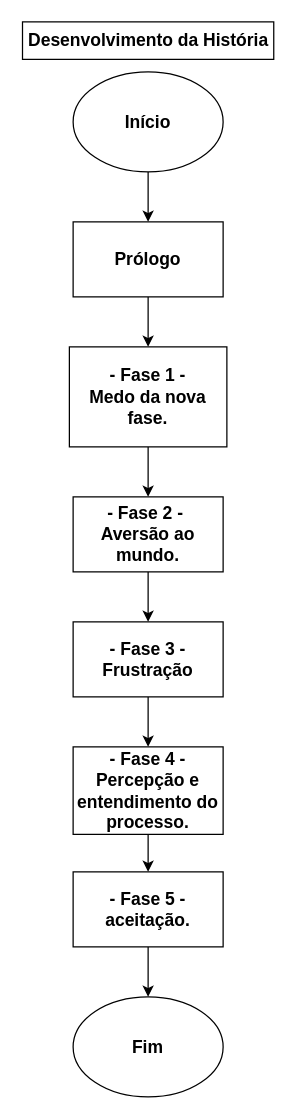
Earlier version of the draw.io diagram jogo_fases.drawio (as1lo/diagramas). Source tidied: cells renumbered, new cells numbered last; positions are measured from the earlier drawing's top-left corner, leaving out a move shared by most shapes. Both pictures are drawn from the tidied source at 125%, with x=0, y=0 at pixel (22, 21).
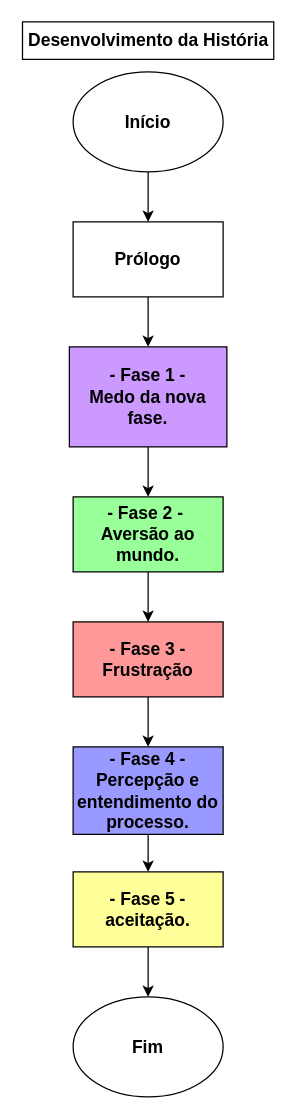
The same page after the edit.

Change to the diagram source:
```diff
@@
 <mxGraphModel>
   <root>
     <mxCell id="0" />
     <mxCell id="1" parent="0" />
     <mxCell id="2" style="edgeStyle=orthogonalEdgeStyle;rounded=0;jettySize=auto;html=1;entryX=0.5;entryY=0;entryDx=0;entryDy=0;" parent="1" edge="1" source="3" target="5">
       <mxGeometry relative="1" as="geometry" />
     </mxCell>
     <mxCell id="3" value="&lt;font style=&quot;font-size: 14px;&quot;&gt;&lt;b&gt;Início&lt;/b&gt;&lt;/font&gt;" style="ellipse;whiteSpace=wrap;html=1;" parent="1" vertex="1">
       <mxGeometry x="40" y="40" width="120" height="80" as="geometry" />
     </mxCell>
     <mxCell id="4" style="edgeStyle=orthogonalEdgeStyle;rounded=0;jettySize=auto;html=1;entryX=0.5;entryY=0;entryDx=0;entryDy=0;" parent="1" edge="1" source="5" target="7">
       <mxGeometry relative="1" as="geometry" />
     </mxCell>
     <mxCell id="5" value="&lt;b&gt;&lt;font style=&quot;font-size: 14px;&quot;&gt;Prólogo&lt;/font&gt;&lt;/b&gt;" style="rounded=0;whiteSpace=wrap;html=1;" parent="1" vertex="1">
       <mxGeometry x="40" y="160" width="120" height="60" as="geometry" />
     </mxCell>
     <mxCell id="6" style="edgeStyle=orthogonalEdgeStyle;rounded=0;jettySize=auto;html=1;entryX=0.5;entryY=0;entryDx=0;entryDy=0;" parent="1" edge="1" source="7" target="9">
       <mxGeometry relative="1" as="geometry" />
     </mxCell>
-    <mxCell id="7" value="&lt;b&gt;&lt;font style=&quot;font-size: 14px;&quot;&gt;- Fase 1 -&lt;/font&gt;&lt;/b&gt;&lt;div&gt;&lt;b&gt;&lt;font style=&quot;font-size: 14px;&quot;&gt;Medo da nova fase.&lt;/font&gt;&lt;/b&gt;&lt;/div&gt;" style="rounded=0;whiteSpace=wrap;html=1;" parent="1" vertex="1">
+    <mxCell id="7" value="&lt;b&gt;&lt;font style=&quot;font-size: 14px;&quot;&gt;- Fase 1 -&lt;/font&gt;&lt;/b&gt;&lt;div&gt;&lt;b&gt;&lt;font style=&quot;font-size: 14px;&quot;&gt;Medo da nova fase.&lt;/font&gt;&lt;/b&gt;&lt;/div&gt;" style="rounded=0;whiteSpace=wrap;html=1;fillColor=#CC99FF;" parent="1" vertex="1">
       <mxGeometry x="37" y="260" width="126" height="80" as="geometry" />
     </mxCell>
     <mxCell id="8" style="edgeStyle=orthogonalEdgeStyle;rounded=0;jettySize=auto;html=1;entryX=0.5;entryY=0;entryDx=0;entryDy=0;" parent="1" edge="1" source="9" target="11">
       <mxGeometry relative="1" as="geometry" />
     </mxCell>
-    <mxCell id="9" value="&lt;b&gt;&lt;font style=&quot;font-size: 14px;&quot;&gt;- Fase 2 -&amp;nbsp;&lt;/font&gt;&lt;/b&gt;&lt;div&gt;&lt;b&gt;&lt;font style=&quot;font-size: 14px;&quot;&gt;Aversão ao mundo.&lt;/font&gt;&lt;/b&gt;&lt;/div&gt;" style="rounded=0;whiteSpace=wrap;html=1;" parent="1" vertex="1">
+    <mxCell id="9" value="&lt;b&gt;&lt;font style=&quot;font-size: 14px;&quot;&gt;- Fase 2 -&amp;nbsp;&lt;/font&gt;&lt;/b&gt;&lt;div&gt;&lt;b&gt;&lt;font style=&quot;font-size: 14px;&quot;&gt;Aversão ao mundo.&lt;/font&gt;&lt;/b&gt;&lt;/div&gt;" style="rounded=0;whiteSpace=wrap;html=1;fillColor=#99FF99;" parent="1" vertex="1">
       <mxGeometry x="40" y="380" width="120" height="60" as="geometry" />
     </mxCell>
     <mxCell id="10" style="edgeStyle=orthogonalEdgeStyle;rounded=0;jettySize=auto;html=1;entryX=0.5;entryY=0;entryDx=0;entryDy=0;" parent="1" edge="1" source="11" target="13">
       <mxGeometry relative="1" as="geometry" />
     </mxCell>
-    <mxCell id="11" value="&lt;font style=&quot;font-size: 14px;&quot;&gt;&lt;b&gt;- Fase 3 -&lt;/b&gt;&lt;/font&gt;&lt;div&gt;&lt;font style=&quot;font-size: 14px;&quot;&gt;&lt;b&gt;Frustração&lt;/b&gt;&lt;/font&gt;&lt;/div&gt;" style="rounded=0;whiteSpace=wrap;html=1;" parent="1" vertex="1">
+    <mxCell id="11" value="&lt;font style=&quot;font-size: 14px;&quot;&gt;&lt;b&gt;- Fase 3 -&lt;/b&gt;&lt;/font&gt;&lt;div&gt;&lt;font style=&quot;font-size: 14px;&quot;&gt;&lt;b&gt;Frustração&lt;/b&gt;&lt;/font&gt;&lt;/div&gt;" style="rounded=0;whiteSpace=wrap;html=1;fillColor=#FF9999;" parent="1" vertex="1">
       <mxGeometry x="40" y="480" width="120" height="60" as="geometry" />
     </mxCell>
     <mxCell id="12" style="edgeStyle=orthogonalEdgeStyle;rounded=0;jettySize=auto;html=1;entryX=0.5;entryY=0;entryDx=0;entryDy=0;" parent="1" edge="1" source="13" target="15">
       <mxGeometry relative="1" as="geometry" />
     </mxCell>
-    <mxCell id="13" value="&lt;b&gt;&lt;font style=&quot;font-size: 14px;&quot;&gt;- Fase 4 - Percepção e entendimento do processo.&lt;/font&gt;&lt;/b&gt;" style="rounded=0;whiteSpace=wrap;html=1;" parent="1" vertex="1">
+    <mxCell id="13" value="&lt;b&gt;&lt;font style=&quot;font-size: 14px;&quot;&gt;- Fase 4 - Percepção e entendimento do processo.&lt;/font&gt;&lt;/b&gt;" style="rounded=0;whiteSpace=wrap;html=1;fillColor=#9999FF;" parent="1" vertex="1">
       <mxGeometry x="40" y="580" width="120" height="70" as="geometry" />
     </mxCell>
     <mxCell id="14" style="edgeStyle=orthogonalEdgeStyle;rounded=0;jettySize=auto;html=1;entryX=0.5;entryY=0;entryDx=0;entryDy=0;" parent="1" edge="1" source="15" target="16">
       <mxGeometry relative="1" as="geometry" />
     </mxCell>
-    <mxCell id="15" value="&lt;font style=&quot;font-size: 14px;&quot;&gt;&lt;b&gt;- Fase 5 - aceitação.&lt;/b&gt;&lt;/font&gt;" style="rounded=0;whiteSpace=wrap;html=1;" parent="1" vertex="1">
+    <mxCell id="15" value="&lt;font style=&quot;font-size: 14px;&quot;&gt;&lt;b&gt;- Fase 5 - aceitação.&lt;/b&gt;&lt;/font&gt;" style="rounded=0;whiteSpace=wrap;html=1;fillColor=#FFFF99;" parent="1" vertex="1">
       <mxGeometry x="40" y="680" width="120" height="60" as="geometry" />
     </mxCell>
     <mxCell id="16" value="&lt;b&gt;&lt;font style=&quot;font-size: 14px;&quot;&gt;Fim&lt;/font&gt;&lt;/b&gt;" style="ellipse;whiteSpace=wrap;html=1;" parent="1" vertex="1">
       <mxGeometry x="40" y="780" width="120" height="80" as="geometry" />
     </mxCell>
     <mxCell id="17" value="&lt;font style=&quot;font-size: 14px;&quot;&gt;&lt;b&gt;Desenvolvimento da História&lt;/b&gt;&lt;/font&gt;" style="rounded=0;whiteSpace=wrap;html=1;" parent="1" vertex="1">
       <mxGeometry x="-0.5" width="201" height="30" as="geometry" />
     </mxCell>
   </root>
 </mxGraphModel>
```
